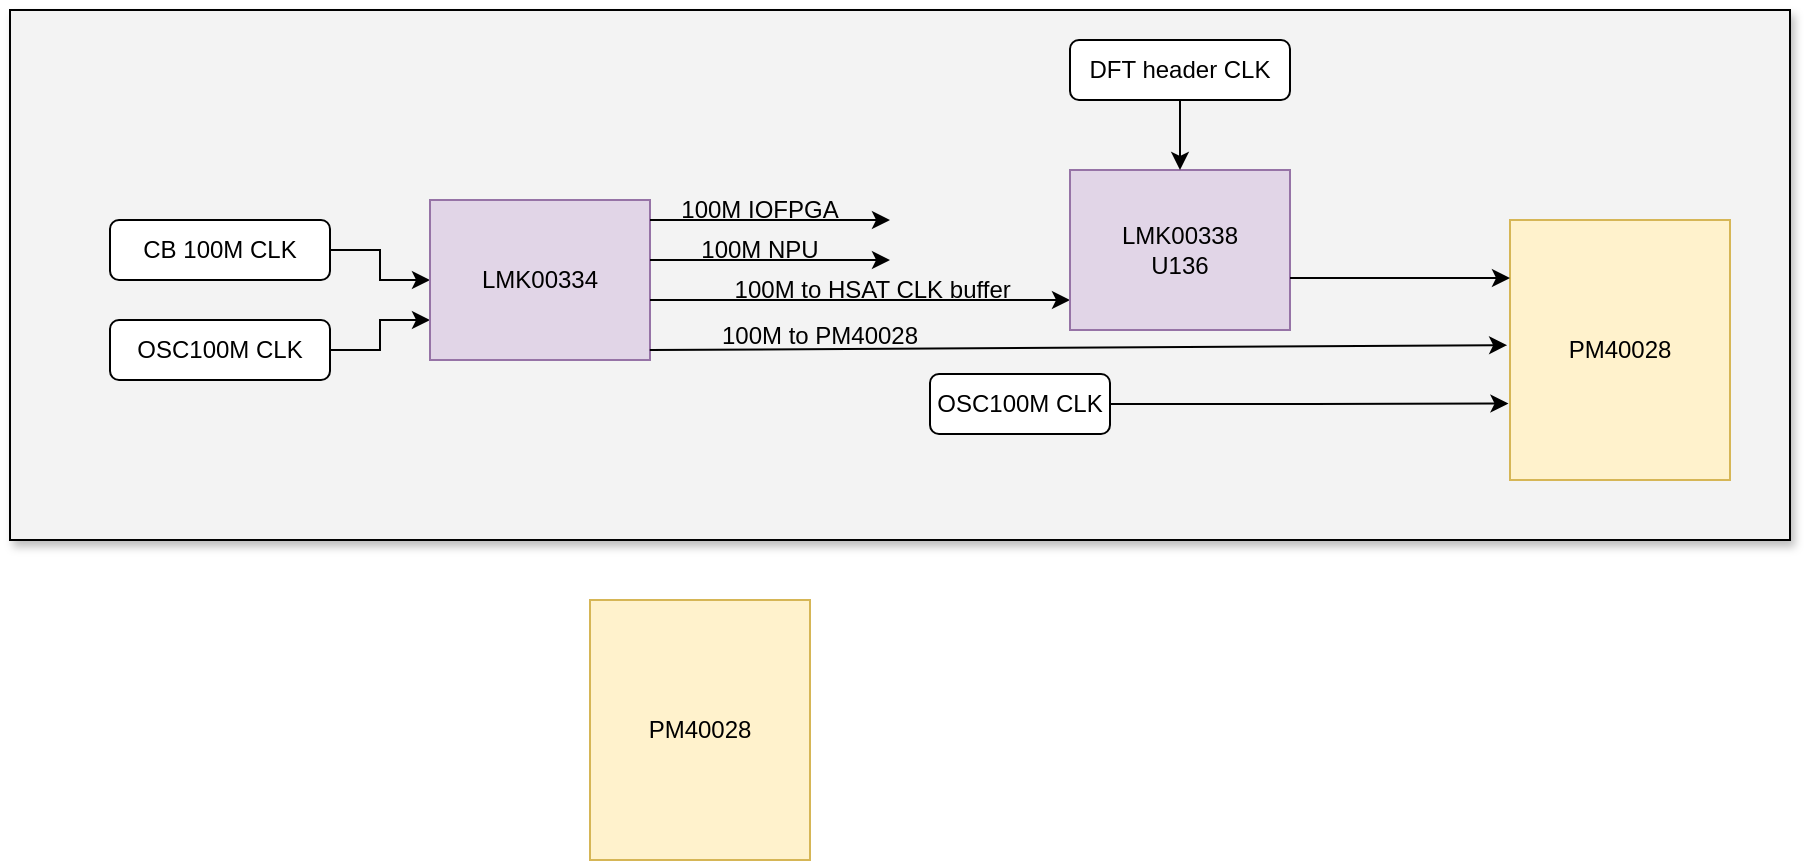
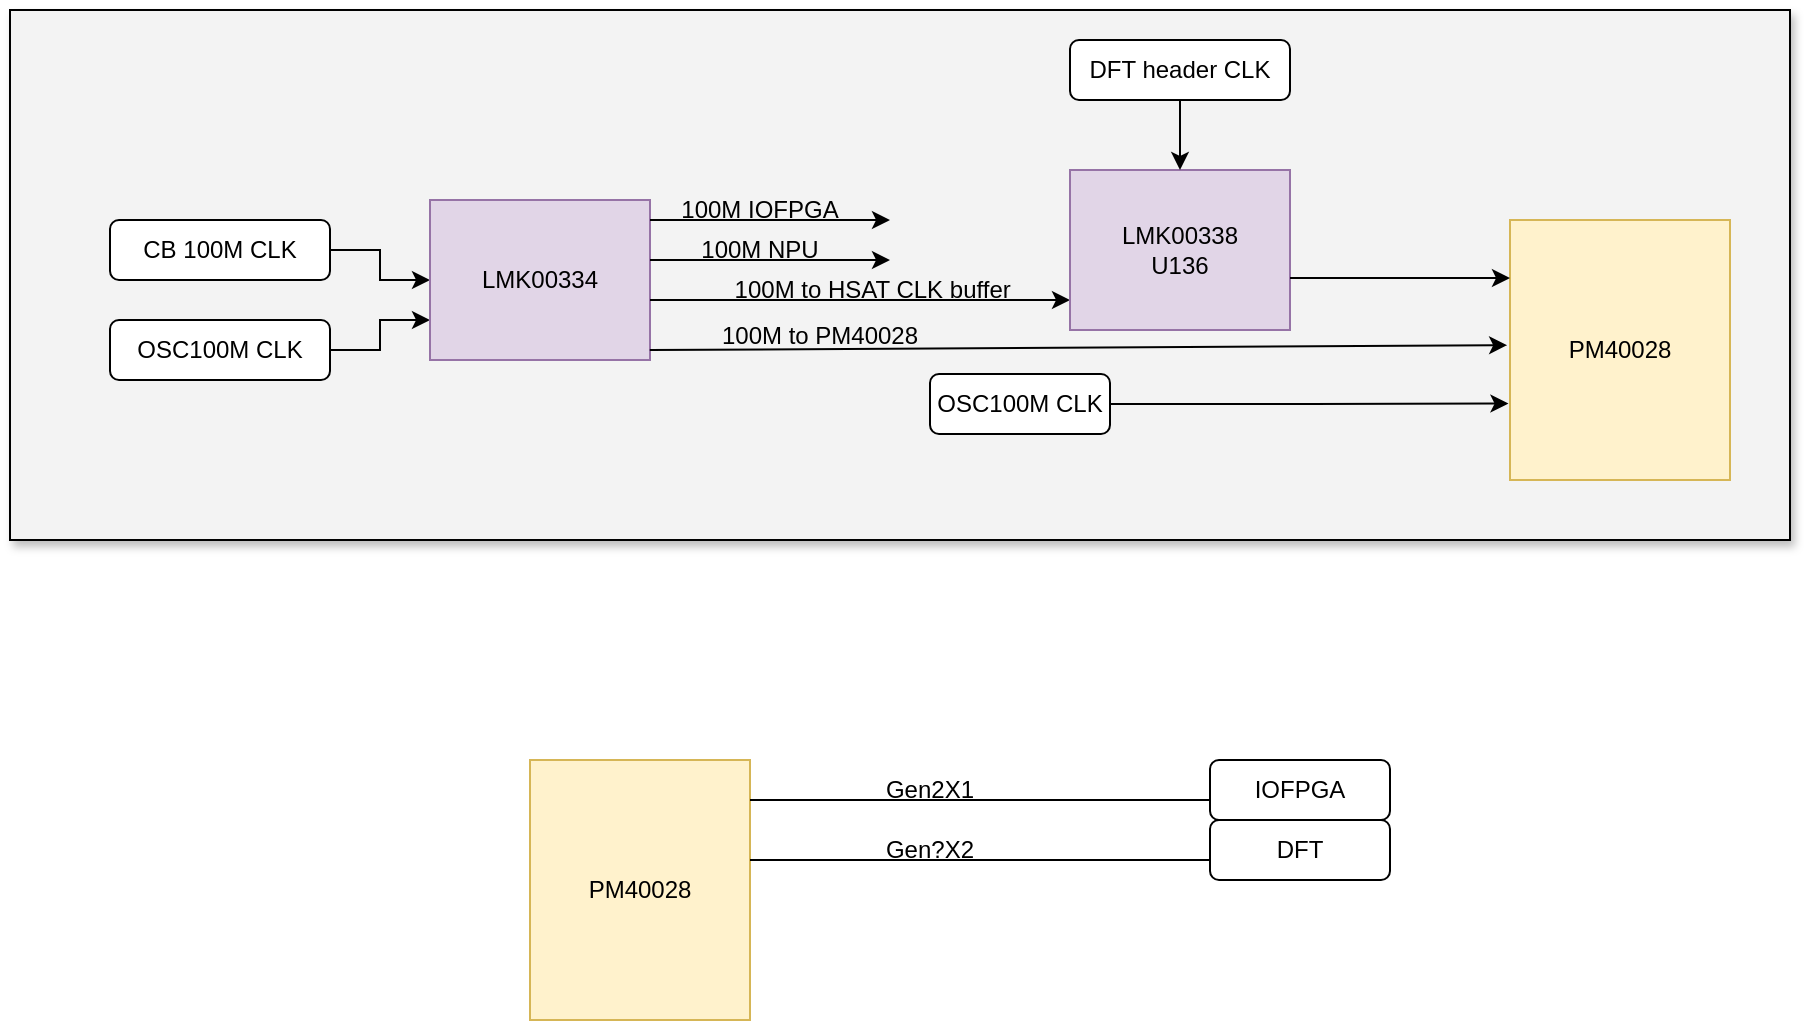
<mxfile host="app.diagrams.net">
  <diagram name="Page-1" id="cJ1i2ZrDSGZ8loSRIs3i">
    <mxGraphModel dx="1005" dy="500" grid="1" gridSize="10" guides="1" tooltips="1" connect="1" arrows="1" fold="1" page="1" pageScale="1" pageWidth="850" pageHeight="1100" math="0" shadow="0">
      <root>
        <mxCell id="0" />
        <mxCell id="1" parent="0" />
        <mxCell id="sCWqNb8X9fbYyOMFXr9O-35" parent="1" style="rounded=0;whiteSpace=wrap;html=1;shadow=1;fillColor=#F3F3F3;" value="" vertex="1">
          <mxGeometry height="265" width="890" x="150" y="95" as="geometry" />
        </mxCell>
        <mxCell id="sCWqNb8X9fbYyOMFXr9O-10" edge="1" parent="1" source="sCWqNb8X9fbYyOMFXr9O-2" style="edgeStyle=orthogonalEdgeStyle;rounded=0;orthogonalLoop=1;jettySize=auto;html=1;exitX=1;exitY=0.5;exitDx=0;exitDy=0;" target="sCWqNb8X9fbYyOMFXr9O-5">
          <mxGeometry relative="1" as="geometry" />
        </mxCell>
        <mxCell id="sCWqNb8X9fbYyOMFXr9O-2" parent="1" style="rounded=1;whiteSpace=wrap;html=1;" value="CB 100M CLK" vertex="1">
          <mxGeometry height="30" width="110" x="200" y="200" as="geometry" />
        </mxCell>
        <mxCell id="sCWqNb8X9fbYyOMFXr9O-9" edge="1" parent="1" source="sCWqNb8X9fbYyOMFXr9O-3" style="edgeStyle=orthogonalEdgeStyle;rounded=0;orthogonalLoop=1;jettySize=auto;html=1;exitX=1;exitY=0.5;exitDx=0;exitDy=0;entryX=0;entryY=0.75;entryDx=0;entryDy=0;" target="sCWqNb8X9fbYyOMFXr9O-5">
          <mxGeometry relative="1" as="geometry" />
        </mxCell>
        <mxCell id="sCWqNb8X9fbYyOMFXr9O-3" parent="1" style="rounded=1;whiteSpace=wrap;html=1;" value="OSC100M CLK" vertex="1">
          <mxGeometry height="30" width="110" x="200" y="250" as="geometry" />
        </mxCell>
        <mxCell id="sCWqNb8X9fbYyOMFXr9O-5" parent="1" style="rounded=0;whiteSpace=wrap;html=1;fillColor=#e1d5e7;strokeColor=#9673a6;" value="&lt;span style=&quot;text-align: left;&quot;&gt;LMK00334&lt;/span&gt;" vertex="1">
          <mxGeometry height="80" width="110" x="360" y="190" as="geometry" />
        </mxCell>
        <mxCell id="sCWqNb8X9fbYyOMFXr9O-11" edge="1" parent="1" style="endArrow=classic;html=1;rounded=0;" value="">
          <mxGeometry height="50" relative="1" width="50" as="geometry">
            <mxPoint x="470" y="200" as="sourcePoint" />
            <mxPoint x="590" y="200" as="targetPoint" />
          </mxGeometry>
        </mxCell>
        <mxCell id="sCWqNb8X9fbYyOMFXr9O-12" parent="1" style="text;html=1;whiteSpace=wrap;strokeColor=none;fillColor=none;align=center;verticalAlign=middle;rounded=0;" value="100M IOFPGA" vertex="1">
          <mxGeometry height="30" width="100" x="475" y="180" as="geometry" />
        </mxCell>
        <mxCell id="sCWqNb8X9fbYyOMFXr9O-13" edge="1" parent="1" style="endArrow=classic;html=1;rounded=0;" value="">
          <mxGeometry height="50" relative="1" width="50" as="geometry">
            <mxPoint x="470" y="220" as="sourcePoint" />
            <mxPoint x="590" y="220" as="targetPoint" />
          </mxGeometry>
        </mxCell>
        <mxCell id="sCWqNb8X9fbYyOMFXr9O-14" parent="1" style="text;html=1;whiteSpace=wrap;strokeColor=none;fillColor=none;align=center;verticalAlign=middle;rounded=0;" value="100M NPU" vertex="1">
          <mxGeometry height="30" width="200" x="425" y="200" as="geometry" />
        </mxCell>
        <mxCell id="sCWqNb8X9fbYyOMFXr9O-17" edge="1" parent="1" style="endArrow=classic;html=1;rounded=0;" value="">
          <mxGeometry height="50" relative="1" width="50" as="geometry">
            <mxPoint x="470" y="240" as="sourcePoint" />
            <mxPoint x="680" y="240" as="targetPoint" />
          </mxGeometry>
        </mxCell>
        <mxCell id="sCWqNb8X9fbYyOMFXr9O-18" parent="1" style="text;html=1;whiteSpace=wrap;strokeColor=none;fillColor=none;align=center;verticalAlign=middle;rounded=0;" value="100M to HSAT CLK buffer&amp;nbsp;" vertex="1">
          <mxGeometry height="30" width="230" x="468" y="220" as="geometry" />
        </mxCell>
        <mxCell id="sCWqNb8X9fbYyOMFXr9O-21" parent="1" style="text;html=1;whiteSpace=wrap;strokeColor=none;fillColor=none;align=center;verticalAlign=middle;rounded=0;" value="100M to PM40028" vertex="1">
          <mxGeometry height="30" width="230" x="440" y="243" as="geometry" />
        </mxCell>
        <mxCell id="sCWqNb8X9fbYyOMFXr9O-23" parent="1" style="rounded=1;whiteSpace=wrap;html=1;" value="OSC100M CLK" vertex="1">
          <mxGeometry height="30" width="90" x="610" y="277" as="geometry" />
        </mxCell>
        <mxCell id="sCWqNb8X9fbYyOMFXr9O-24" parent="1" style="rounded=0;whiteSpace=wrap;html=1;fillColor=#fff2cc;strokeColor=#d6b656;" value="&lt;span style=&quot;text-align: left;&quot;&gt;PM40028&lt;/span&gt;" vertex="1">
          <mxGeometry height="130" width="110" x="900" y="200" as="geometry" />
        </mxCell>
        <mxCell id="sCWqNb8X9fbYyOMFXr9O-25" edge="1" parent="1" source="sCWqNb8X9fbYyOMFXr9O-23" style="edgeStyle=orthogonalEdgeStyle;rounded=0;orthogonalLoop=1;jettySize=auto;html=1;exitX=1;exitY=0.5;exitDx=0;exitDy=0;entryX=-0.007;entryY=0.706;entryDx=0;entryDy=0;entryPerimeter=0;" target="sCWqNb8X9fbYyOMFXr9O-24">
          <mxGeometry relative="1" as="geometry" />
        </mxCell>
        <mxCell id="sCWqNb8X9fbYyOMFXr9O-28" parent="1" style="rounded=0;whiteSpace=wrap;html=1;fillColor=#e1d5e7;strokeColor=#9673a6;" value="&lt;span style=&quot;text-align: left;&quot;&gt;LMK00338&lt;/span&gt;&lt;div&gt;&lt;span style=&quot;text-align: left;&quot;&gt;U136&lt;/span&gt;&lt;/div&gt;" vertex="1">
          <mxGeometry height="80" width="110" x="680" y="175" as="geometry" />
        </mxCell>
        <mxCell id="sCWqNb8X9fbYyOMFXr9O-30" edge="1" parent="1" style="endArrow=classic;html=1;rounded=0;exitX=0.13;exitY=0.667;exitDx=0;exitDy=0;exitPerimeter=0;entryX=-0.013;entryY=0.443;entryDx=0;entryDy=0;entryPerimeter=0;" value="">
          <mxGeometry height="50" relative="1" width="50" as="geometry">
            <mxPoint x="469.9000000000001" y="265.01" as="sourcePoint" />
            <mxPoint x="898.5699999999999" y="262.59000000000003" as="targetPoint" />
          </mxGeometry>
        </mxCell>
        <mxCell id="sCWqNb8X9fbYyOMFXr9O-31" edge="1" parent="1" style="endArrow=classic;html=1;rounded=0;" value="">
          <mxGeometry height="50" relative="1" width="50" as="geometry">
            <mxPoint x="790" y="229" as="sourcePoint" />
            <mxPoint x="900" y="229" as="targetPoint" />
          </mxGeometry>
        </mxCell>
        <mxCell id="sCWqNb8X9fbYyOMFXr9O-33" edge="1" parent="1" source="sCWqNb8X9fbYyOMFXr9O-32" style="edgeStyle=orthogonalEdgeStyle;rounded=0;orthogonalLoop=1;jettySize=auto;html=1;exitX=0.5;exitY=1;exitDx=0;exitDy=0;entryX=0.5;entryY=0;entryDx=0;entryDy=0;" target="sCWqNb8X9fbYyOMFXr9O-28">
          <mxGeometry relative="1" as="geometry" />
        </mxCell>
        <mxCell id="sCWqNb8X9fbYyOMFXr9O-32" parent="1" style="rounded=1;whiteSpace=wrap;html=1;" value="DFT header CLK" vertex="1">
          <mxGeometry height="30" width="110" x="680" y="110" as="geometry" />
        </mxCell>
        <mxCell id="sCWqNb8X9fbYyOMFXr9O-34" parent="1" style="rounded=0;whiteSpace=wrap;html=1;fillColor=#fff2cc;strokeColor=#d6b656;" value="&lt;span style=&quot;text-align: left;&quot;&gt;PM40028&lt;/span&gt;" vertex="1">
-           <mxGeometry height="130" width="110" x="440" y="390" as="geometry" />
+           <mxGeometry height="130" width="110" x="410" y="470" as="geometry" />
+         </mxCell>
+         <mxCell id="sCWqNb8X9fbYyOMFXr9O-36" edge="1" parent="1" style="endArrow=none;html=1;rounded=0;" value="">
+           <mxGeometry height="50" relative="1" width="50" as="geometry">
+             <mxPoint x="520" y="490" as="sourcePoint" />
+             <mxPoint x="750" y="490" as="targetPoint" />
+           </mxGeometry>
+         </mxCell>
+         <mxCell id="sCWqNb8X9fbYyOMFXr9O-37" parent="1" style="text;html=1;whiteSpace=wrap;strokeColor=none;fillColor=none;align=center;verticalAlign=middle;rounded=0;" value="Gen2X1" vertex="1">
+           <mxGeometry height="30" width="60" x="580" y="470" as="geometry" />
+         </mxCell>
+         <mxCell id="sCWqNb8X9fbYyOMFXr9O-38" parent="1" style="rounded=1;whiteSpace=wrap;html=1;" value="IOFPGA" vertex="1">
+           <mxGeometry height="30" width="90" x="750" y="470" as="geometry" />
+         </mxCell>
+         <mxCell id="sCWqNb8X9fbYyOMFXr9O-39" edge="1" parent="1" style="endArrow=none;html=1;rounded=0;" value="">
+           <mxGeometry height="50" relative="1" width="50" as="geometry">
+             <mxPoint x="520" y="520" as="sourcePoint" />
+             <mxPoint x="750" y="520" as="targetPoint" />
+           </mxGeometry>
+         </mxCell>
+         <mxCell id="sCWqNb8X9fbYyOMFXr9O-41" parent="1" style="rounded=1;whiteSpace=wrap;html=1;" value="DFT" vertex="1">
+           <mxGeometry height="30" width="90" x="750" y="500" as="geometry" />
+         </mxCell>
+         <mxCell id="sCWqNb8X9fbYyOMFXr9O-42" parent="1" style="text;html=1;whiteSpace=wrap;strokeColor=none;fillColor=none;align=center;verticalAlign=middle;rounded=0;" value="Gen?X2" vertex="1">
+           <mxGeometry height="30" width="60" x="580" y="500" as="geometry" />
        </mxCell>
      </root>
    </mxGraphModel>
  </diagram>
</mxfile>
